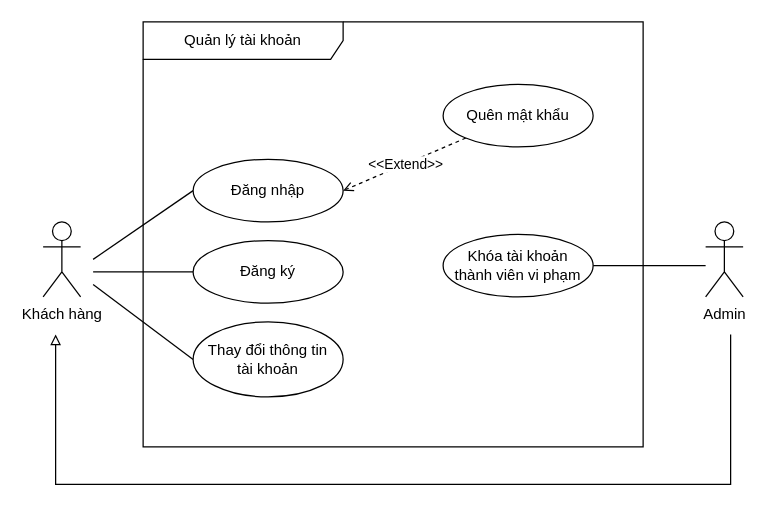
Above: page "QuanLyTaiKhoan" (2 of 10) of usecase.drawio in QuangHuy2201/FinalProject-Diagrams (draw.io), before the change. Source tidied: cells renumbered, new cells numbered last; positions are measured from the earlier drawing's top-left corner, leaving out a move shared by most shapes. Both pictures are drawn from the tidied source at 125%, with x=0, y=0 at pixel (42, 21).
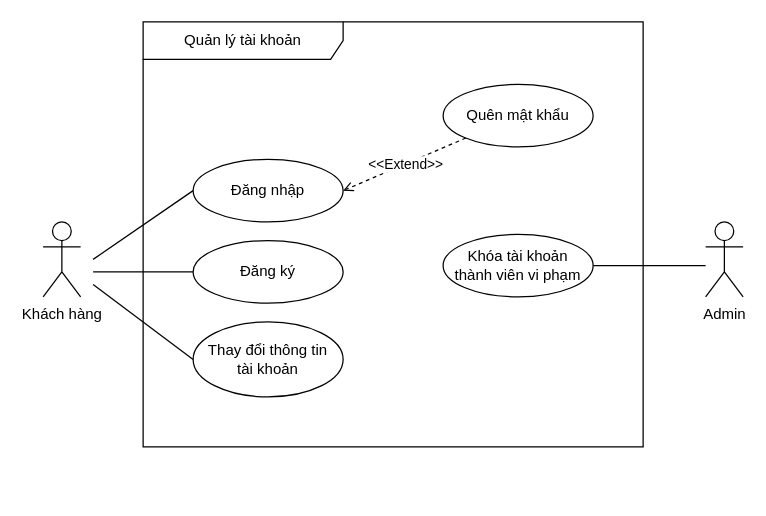
After the change.

What changed in the source:
```diff
@@
-    <mxCell id="11" style="edgeStyle=orthogonalEdgeStyle;rounded=0;orthogonalLoop=1;jettySize=auto;html=1;endArrow=block;endFill=0;" parent="1" edge="1">
-      <mxGeometry relative="1" as="geometry">
-        <mxPoint x="550" y="250" as="sourcePoint" />
-        <mxPoint x="10" y="250" as="targetPoint" />
-        <Array as="points">
-          <mxPoint x="550" y="250" />
-          <mxPoint x="550" y="370" />
-          <mxPoint x="10" y="370" />
-        </Array>
-      </mxGeometry>
-    </mxCell>
```
